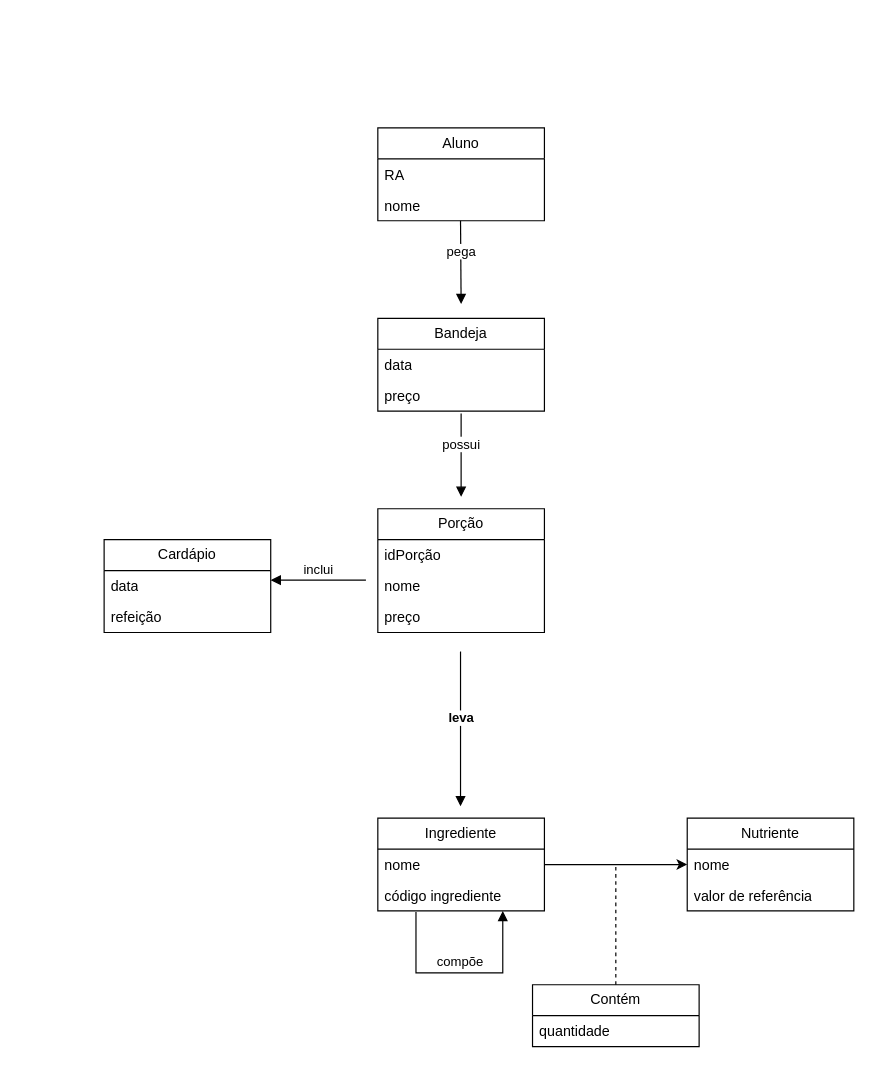
Before: lab02/Diagrama UML lab02.drawio in SaraBSOliveira/MC536_GATOS, a draw.io diagram. Source tidied: cells renumbered, new cells numbered last; positions are measured from the earlier drawing's top-left corner, leaving out a move shared by most shapes. Both pictures are drawn from the tidied source at 119%, with x=0, y=0 at pixel (104, 127).
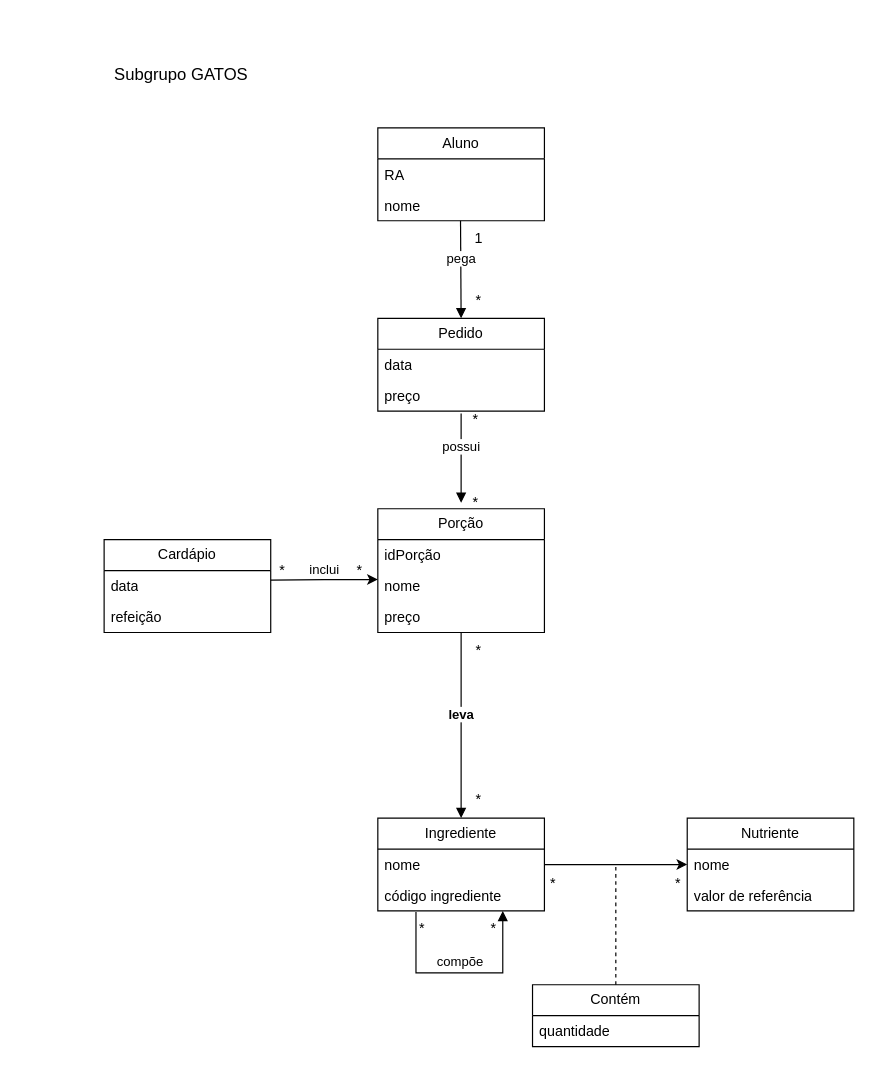
The same page after the edit.

Commit message (it also covers changes not shown here):
add cardinalidades no uml, exporta imagens

Diff of the diagram source:
```diff
@@
-    <mxCell id="9" value="inclui" style="html=1;verticalAlign=bottom;endArrow=block;edgeStyle=elbowEdgeStyle;elbow=horizontal;curved=0;rounded=0;" parent="1" edge="1">
+    <mxCell id="9" value="inclui" style="html=1;verticalAlign=bottom;endArrow=none;edgeStyle=elbowEdgeStyle;elbow=horizontal;curved=0;rounded=0;endFill=0;startArrow=classic;startFill=1;exitX=1;exitY=0.75;exitDx=0;exitDy=0;" parent="1" edge="1" source="33">
       <mxGeometry relative="1" as="geometry">
-        <mxPoint x="220" y="380" as="sourcePoint" />
         <mxPoint x="140" y="380" as="targetPoint" />
       </mxGeometry>
     </mxCell>
-    <mxCell id="10" value="leva" style="html=1;verticalAlign=bottom;endArrow=block;edgeStyle=elbowEdgeStyle;elbow=vertical;curved=0;rounded=0;fontStyle=1;" parent="1" edge="1">
-      <mxGeometry relative="1" as="geometry">
-        <mxPoint x="299.5" y="440" as="sourcePoint" />
-        <mxPoint x="299.5" y="570" as="targetPoint" />
-      </mxGeometry>
+    <mxCell id="10" value="leva" style="html=1;verticalAlign=bottom;endArrow=block;edgeStyle=elbowEdgeStyle;elbow=vertical;curved=0;rounded=0;fontStyle=1;exitX=0.25;exitY=0;exitDx=0;exitDy=0;entryX=0.25;entryY=1;entryDx=0;entryDy=0;" parent="1" edge="1" source="36" target="37">
+      <mxGeometry relative="1" as="geometry" />
     </mxCell>
@@
-    <mxCell id="15" value="Bandeja" style="swimlane;fontStyle=0;horizontal=1;startSize=26;fillColor=none;whiteSpace=wrap;html=1;" parent="1" vertex="1">
+    <mxCell id="15" value="Pedido" style="swimlane;fontStyle=0;horizontal=1;startSize=26;fillColor=none;whiteSpace=wrap;html=1;" parent="1" vertex="1">
       <mxGeometry x="230" y="160" width="140" height="78" as="geometry" />
     </mxCell>
@@
-    <mxCell id="21" value="possui" style="html=1;verticalAlign=bottom;endArrow=block;edgeStyle=elbowEdgeStyle;elbow=horizontal;curved=0;rounded=0;" parent="1" edge="1">
+    <mxCell id="21" value="possui" style="html=1;verticalAlign=bottom;endArrow=block;edgeStyle=elbowEdgeStyle;elbow=horizontal;curved=0;rounded=0;entryX=0;entryY=0.5;entryDx=0;entryDy=0;" parent="1" edge="1" target="34">
       <mxGeometry x="-0.01" relative="1" as="geometry">
         <mxPoint x="300" y="240" as="sourcePoint" />
-        <mxPoint x="300" y="310" as="targetPoint" />
       </mxGeometry>
     </mxCell>
-    <mxCell id="22" value="pega" style="html=1;verticalAlign=bottom;endArrow=block;edgeStyle=elbowEdgeStyle;elbow=horizontal;curved=0;rounded=0;" parent="1" edge="1">
+    <mxCell id="22" value="pega" style="html=1;verticalAlign=bottom;endArrow=block;edgeStyle=elbowEdgeStyle;elbow=horizontal;curved=0;rounded=0;entryX=0.25;entryY=1;entryDx=0;entryDy=0;" parent="1" edge="1" target="31">
       <mxGeometry x="-0.01" relative="1" as="geometry">
         <mxPoint x="299.5" y="78" as="sourcePoint" />
-        <mxPoint x="299.5" y="148" as="targetPoint" />
       </mxGeometry>
     </mxCell>
@@
+    <mxCell id="30" value="1" style="text;html=1;strokeColor=none;fillColor=none;align=center;verticalAlign=middle;whiteSpace=wrap;rounded=0;" parent="1" vertex="1">
+      <mxGeometry x="285" y="78" width="60" height="30" as="geometry" />
+    </mxCell>
+    <mxCell id="31" value="*" style="text;html=1;strokeColor=none;fillColor=none;align=center;verticalAlign=middle;whiteSpace=wrap;rounded=0;" parent="1" vertex="1">
+      <mxGeometry x="285" y="130" width="60" height="30" as="geometry" />
+    </mxCell>
+    <mxCell id="32" value="*" style="text;html=1;strokeColor=none;fillColor=none;align=center;verticalAlign=middle;whiteSpace=wrap;rounded=0;" parent="1" vertex="1">
+      <mxGeometry x="300" y="230" width="25" height="30" as="geometry" />
+    </mxCell>
+    <mxCell id="33" value="*" style="text;html=1;strokeColor=none;fillColor=none;align=center;verticalAlign=middle;whiteSpace=wrap;rounded=0;" parent="1" vertex="1">
+      <mxGeometry x="200" y="357" width="30" height="30" as="geometry" />
+    </mxCell>
+    <mxCell id="34" value="*" style="text;html=1;strokeColor=none;fillColor=none;align=center;verticalAlign=middle;whiteSpace=wrap;rounded=0;" parent="1" vertex="1">
+      <mxGeometry x="300" y="300" width="25" height="30" as="geometry" />
+    </mxCell>
+    <mxCell id="35" value="*" style="text;html=1;strokeColor=none;fillColor=none;align=center;verticalAlign=middle;whiteSpace=wrap;rounded=0;" parent="1" vertex="1">
+      <mxGeometry x="120" y="357" width="60" height="30" as="geometry" />
+    </mxCell>
+    <mxCell id="36" value="*" style="text;html=1;strokeColor=none;fillColor=none;align=center;verticalAlign=middle;whiteSpace=wrap;rounded=0;" parent="1" vertex="1">
+      <mxGeometry x="285" y="424" width="60" height="30" as="geometry" />
+    </mxCell>
+    <mxCell id="37" value="*" style="text;html=1;strokeColor=none;fillColor=none;align=center;verticalAlign=middle;whiteSpace=wrap;rounded=0;" parent="1" vertex="1">
+      <mxGeometry x="285" y="550" width="60" height="30" as="geometry" />
+    </mxCell>
+    <mxCell id="38" value="*" style="text;html=1;strokeColor=none;fillColor=none;align=center;verticalAlign=middle;whiteSpace=wrap;rounded=0;" parent="1" vertex="1">
+      <mxGeometry x="250" y="658" width="35" height="30" as="geometry" />
+    </mxCell>
+    <mxCell id="39" value="*" style="text;html=1;strokeColor=none;fillColor=none;align=center;verticalAlign=middle;whiteSpace=wrap;rounded=0;" parent="1" vertex="1">
+      <mxGeometry x="310" y="658" width="35" height="30" as="geometry" />
+    </mxCell>
+    <mxCell id="40" value="*" style="text;html=1;strokeColor=none;fillColor=none;align=center;verticalAlign=middle;whiteSpace=wrap;rounded=0;" parent="1" vertex="1">
+      <mxGeometry x="360" y="620" width="35" height="30" as="geometry" />
+    </mxCell>
+    <mxCell id="41" value="*" style="text;html=1;strokeColor=none;fillColor=none;align=center;verticalAlign=middle;whiteSpace=wrap;rounded=0;" parent="1" vertex="1">
+      <mxGeometry x="465" y="620" width="35" height="30" as="geometry" />
+    </mxCell>
+    <mxCell id="42" value="&lt;font style=&quot;font-size: 14px;&quot;&gt;Subgrupo GATOS&lt;br style=&quot;font-size: 14px;&quot;&gt;&lt;/font&gt;" style="text;html=1;strokeColor=none;fillColor=none;align=center;verticalAlign=middle;whiteSpace=wrap;rounded=0;fontSize=14;" parent="1" vertex="1">
+      <mxGeometry x="-70" y="-90" width="270" height="90" as="geometry" />
+    </mxCell>
```
